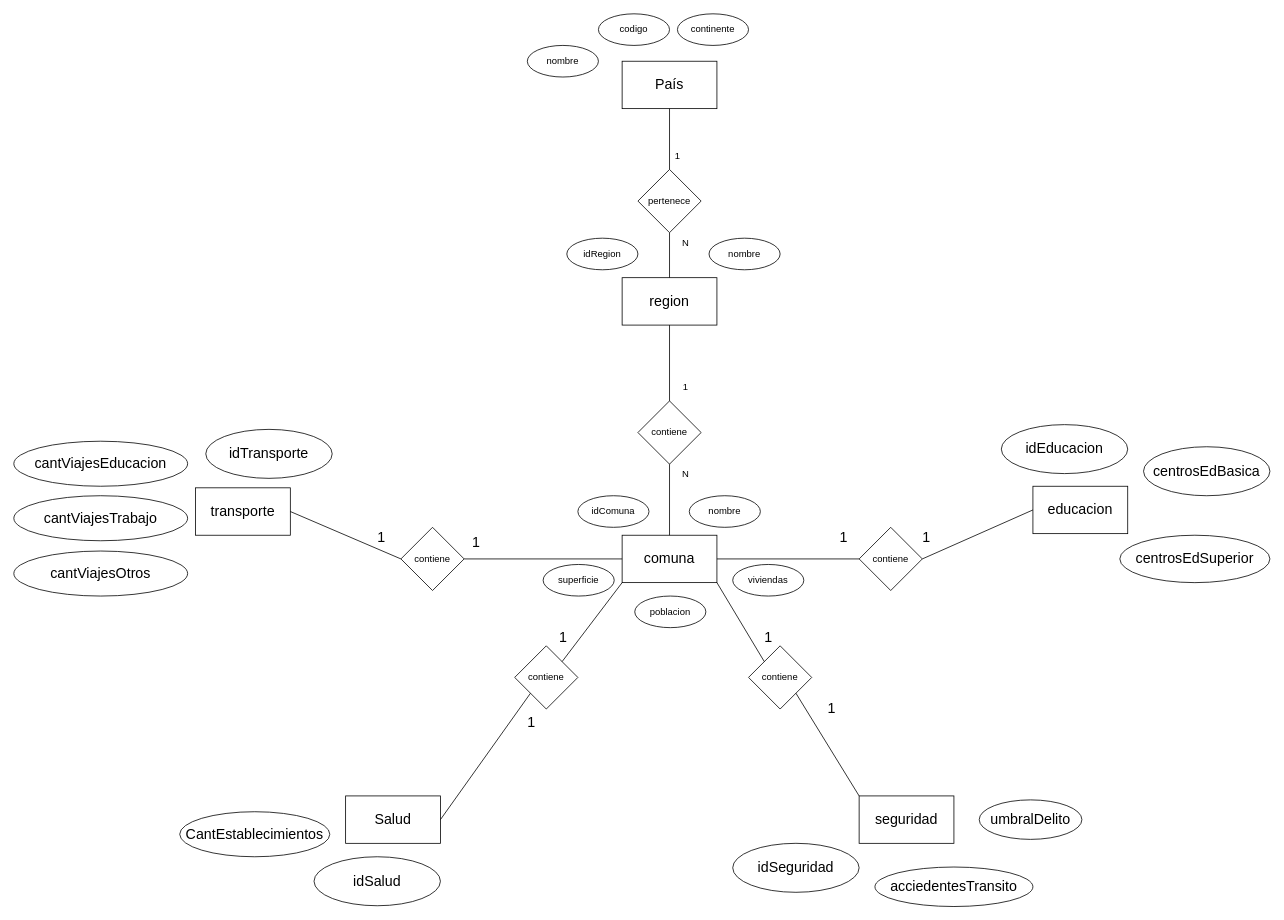
This is Parte_B/diagrama entidad-relacion.drawio from LuisPa197/INFO133-equipo01, a draw.io file, before an edit. Source tidied: cells renumbered, new cells numbered last; positions are measured from the earlier drawing's top-left corner, leaving out a move shared by most shapes. Both pictures are drawn from the tidied source at 79%, with x=0, y=0 at pixel (13, 13).
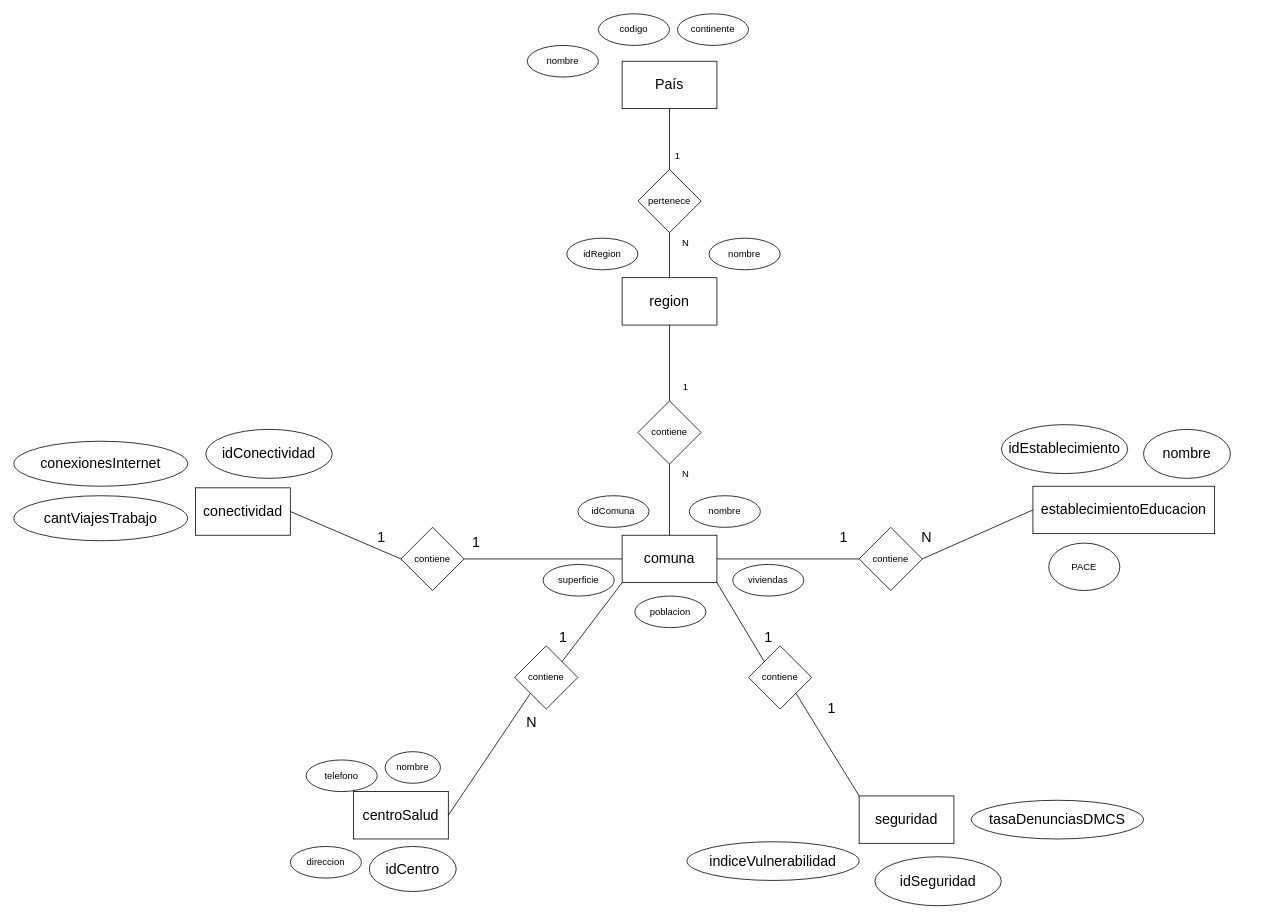
Above is the later version.

What changed in the source:
```diff
@@
-    <mxCell id="23" value="&lt;span style=&quot;font-size: 18px;&quot;&gt;educacion&lt;/span&gt;" style="rounded=0;whiteSpace=wrap;html=1;" parent="1" vertex="1">
-      <mxGeometry x="1290" y="598" width="120" height="60" as="geometry" />
+    <mxCell id="23" value="&lt;span style=&quot;font-size: 18px;&quot;&gt;establecimientoEducacion&lt;/span&gt;" style="rounded=0;whiteSpace=wrap;html=1;" parent="1" vertex="1">
+      <mxGeometry x="1290" y="598" width="230" height="60" as="geometry" />
     </mxCell>
@@
-    <mxCell id="25" value="&lt;span style=&quot;font-size: 18px;&quot;&gt;Salud&lt;/span&gt;" style="rounded=0;whiteSpace=wrap;html=1;" parent="1" vertex="1">
-      <mxGeometry x="420" y="990" width="120" height="60" as="geometry" />
+    <mxCell id="25" value="&lt;span style=&quot;font-size: 18px;&quot;&gt;centroSalud&lt;/span&gt;" style="rounded=0;whiteSpace=wrap;html=1;" parent="1" vertex="1">
+      <mxGeometry x="430" y="984.5" width="120" height="60" as="geometry" />
     </mxCell>
-    <mxCell id="26" value="&lt;font style=&quot;font-size: 18px;&quot;&gt;transporte&lt;/font&gt;" style="rounded=0;whiteSpace=wrap;html=1;" parent="1" vertex="1">
+    <mxCell id="26" value="&lt;font style=&quot;font-size: 18px;&quot;&gt;conectividad&lt;/font&gt;" style="rounded=0;whiteSpace=wrap;html=1;" parent="1" vertex="1">
       <mxGeometry x="230" y="600" width="120" height="60" as="geometry" />
     </mxCell>
@@
-    <mxCell id="31" value="&lt;span style=&quot;font-size: 18px;&quot;&gt;acciedentesTransito&lt;/span&gt;" style="ellipse;whiteSpace=wrap;html=1;" parent="1" vertex="1">
-      <mxGeometry x="1090" y="1080" width="200" height="50" as="geometry" />
-    </mxCell>
-    <mxCell id="32" value="&lt;span style=&quot;font-size: 18px;&quot;&gt;umbralDelito&lt;/span&gt;" style="ellipse;whiteSpace=wrap;html=1;" parent="1" vertex="1">
-      <mxGeometry x="1222" y="995" width="130" height="50" as="geometry" />
+    <mxCell id="32" value="&lt;span style=&quot;font-size: 18px;&quot;&gt;tasaDenunciasDMCS&lt;/span&gt;" style="ellipse;whiteSpace=wrap;html=1;" parent="1" vertex="1">
+      <mxGeometry x="1212" y="995.5" width="218" height="49" as="geometry" />
     </mxCell>
-    <mxCell id="33" value="&lt;span style=&quot;font-size: 18px;&quot;&gt;cantViajesEducacion&lt;/span&gt;" style="ellipse;whiteSpace=wrap;html=1;" parent="1" vertex="1">
+    <mxCell id="33" value="&lt;span style=&quot;font-size: 18px;&quot;&gt;conexionesInternet&lt;/span&gt;" style="ellipse;whiteSpace=wrap;html=1;" parent="1" vertex="1">
       <mxGeometry y="541" width="220" height="57" as="geometry" />
     </mxCell>
-    <mxCell id="34" value="&lt;span style=&quot;font-size: 18px;&quot;&gt;CantEstablecimientos&lt;/span&gt;" style="ellipse;whiteSpace=wrap;html=1;" parent="1" vertex="1">
-      <mxGeometry x="210" y="1010" width="190" height="57" as="geometry" />
-    </mxCell>
-    <mxCell id="35" value="&lt;span style=&quot;font-size: 18px;&quot;&gt;centrosEdBasica&lt;/span&gt;" style="ellipse;whiteSpace=wrap;html=1;" parent="1" vertex="1">
-      <mxGeometry x="1430" y="548" width="160" height="62" as="geometry" />
+    <mxCell id="35" value="&lt;span style=&quot;font-size: 18px;&quot;&gt;nombre&lt;/span&gt;" style="ellipse;whiteSpace=wrap;html=1;" parent="1" vertex="1">
+      <mxGeometry x="1430" y="526" width="110" height="62" as="geometry" />
     </mxCell>
-    <mxCell id="36" value="&lt;span style=&quot;font-size: 18px;&quot;&gt;centrosEdSuperior&lt;/span&gt;" style="ellipse;whiteSpace=wrap;html=1;" parent="1" vertex="1">
-      <mxGeometry x="1400" y="660" width="190" height="60" as="geometry" />
+    <mxCell id="36" value="PACE" style="ellipse;whiteSpace=wrap;html=1;" parent="1" vertex="1">
+      <mxGeometry x="1310" y="670" width="90" height="60" as="geometry" />
     </mxCell>
@@
-    <mxCell id="40" value="&lt;font style=&quot;font-size: 18px;&quot;&gt;1&lt;/font&gt;" style="text;html=1;align=center;verticalAlign=middle;strokeColor=none;fillColor=none;" parent="1" vertex="1">
-      <mxGeometry x="1140" y="643" width="30" height="40" as="geometry" />
+    <mxCell id="40" value="&lt;font style=&quot;font-size: 18px;&quot;&gt;N&lt;/font&gt;" style="text;html=1;align=center;verticalAlign=middle;strokeColor=none;fillColor=none;" parent="1" vertex="1">
+      <mxGeometry x="1135" y="643" width="40" height="40" as="geometry" />
     </mxCell>
@@
-    <mxCell id="48" value="&lt;font style=&quot;font-size: 18px;&quot;&gt;1&lt;/font&gt;" style="text;html=1;align=center;verticalAlign=middle;strokeColor=none;fillColor=none;" parent="1" vertex="1">
-      <mxGeometry x="640" y="877" width="30" height="40" as="geometry" />
+    <mxCell id="48" value="&lt;font style=&quot;font-size: 18px;&quot;&gt;N&lt;/font&gt;" style="text;html=1;align=center;verticalAlign=middle;strokeColor=none;fillColor=none;" parent="1" vertex="1">
+      <mxGeometry x="635" y="877" width="40" height="40" as="geometry" />
     </mxCell>
@@
-    <mxCell id="54" value="&lt;span style=&quot;font-size: 18px;&quot;&gt;cantViajesOtros&lt;/span&gt;" style="ellipse;whiteSpace=wrap;html=1;" parent="1" vertex="1">
-      <mxGeometry y="680" width="220" height="57" as="geometry" />
-    </mxCell>
-    <mxCell id="55" value="&lt;span style=&quot;font-size: 18px;&quot;&gt;idTransporte&lt;/span&gt;" style="ellipse;whiteSpace=wrap;html=1;" parent="1" vertex="1">
+    <mxCell id="55" value="&lt;span style=&quot;font-size: 18px;&quot;&gt;idConectividad&lt;/span&gt;" style="ellipse;whiteSpace=wrap;html=1;" parent="1" vertex="1">
       <mxGeometry x="243" y="526" width="160" height="62" as="geometry" />
     </mxCell>
-    <mxCell id="56" value="&lt;span style=&quot;font-size: 18px;&quot;&gt;idSalud&lt;/span&gt;" style="ellipse;whiteSpace=wrap;html=1;" parent="1" vertex="1">
-      <mxGeometry x="380" y="1067" width="160" height="62" as="geometry" />
+    <mxCell id="56" value="&lt;span style=&quot;font-size: 18px;&quot;&gt;idCentro&lt;/span&gt;" style="ellipse;whiteSpace=wrap;html=1;" parent="1" vertex="1">
+      <mxGeometry x="450" y="1054" width="110" height="57" as="geometry" />
     </mxCell>
     <mxCell id="57" value="&lt;span style=&quot;font-size: 18px;&quot;&gt;idSeguridad&lt;/span&gt;" style="ellipse;whiteSpace=wrap;html=1;" parent="1" vertex="1">
-      <mxGeometry x="910" y="1050" width="160" height="62" as="geometry" />
+      <mxGeometry x="1090" y="1067" width="160" height="62" as="geometry" />
     </mxCell>
-    <mxCell id="58" value="&lt;span style=&quot;font-size: 18px;&quot;&gt;idEducacion&lt;/span&gt;" style="ellipse;whiteSpace=wrap;html=1;" parent="1" vertex="1">
+    <mxCell id="58" value="&lt;span style=&quot;font-size: 18px;&quot;&gt;idEstablecimiento&lt;/span&gt;" style="ellipse;whiteSpace=wrap;html=1;" parent="1" vertex="1">
       <mxGeometry x="1250" y="520" width="160" height="62" as="geometry" />
     </mxCell>
@@
+    <mxCell id="61" value="&lt;span style=&quot;font-size: 18px;&quot;&gt;indiceVulnerabilidad&lt;/span&gt;" style="ellipse;whiteSpace=wrap;html=1;" parent="1" vertex="1">
+      <mxGeometry x="852" y="1048" width="218" height="49" as="geometry" />
+    </mxCell>
+    <mxCell id="62" value="nombre" style="ellipse;whiteSpace=wrap;html=1;" parent="1" vertex="1">
+      <mxGeometry x="470" y="934" width="70" height="40" as="geometry" />
+    </mxCell>
+    <mxCell id="63" value="telefono" style="ellipse;whiteSpace=wrap;html=1;" parent="1" vertex="1">
+      <mxGeometry x="370" y="944.5" width="90" height="40" as="geometry" />
+    </mxCell>
+    <mxCell id="64" value="direccion" style="ellipse;whiteSpace=wrap;html=1;" parent="1" vertex="1">
+      <mxGeometry x="350" y="1054" width="90" height="40" as="geometry" />
+    </mxCell>
```
